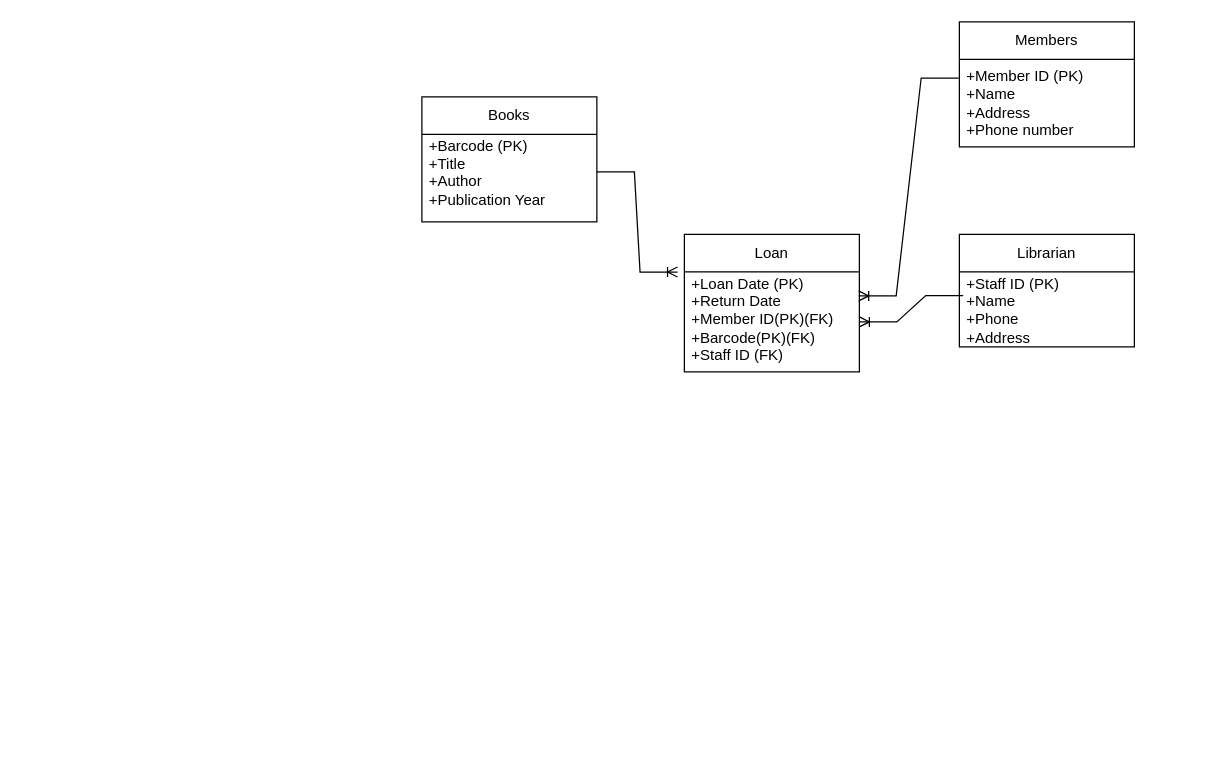
Earlier version of the draw.io diagram Library.drawio (Colorata-07/at1). Source tidied: cells renumbered, new cells numbered last; positions are measured from the earlier drawing's top-left corner, leaving out a move shared by most shapes. Both pictures are drawn from the tidied source at 125%, with x=0, y=0 at pixel (421, 21).
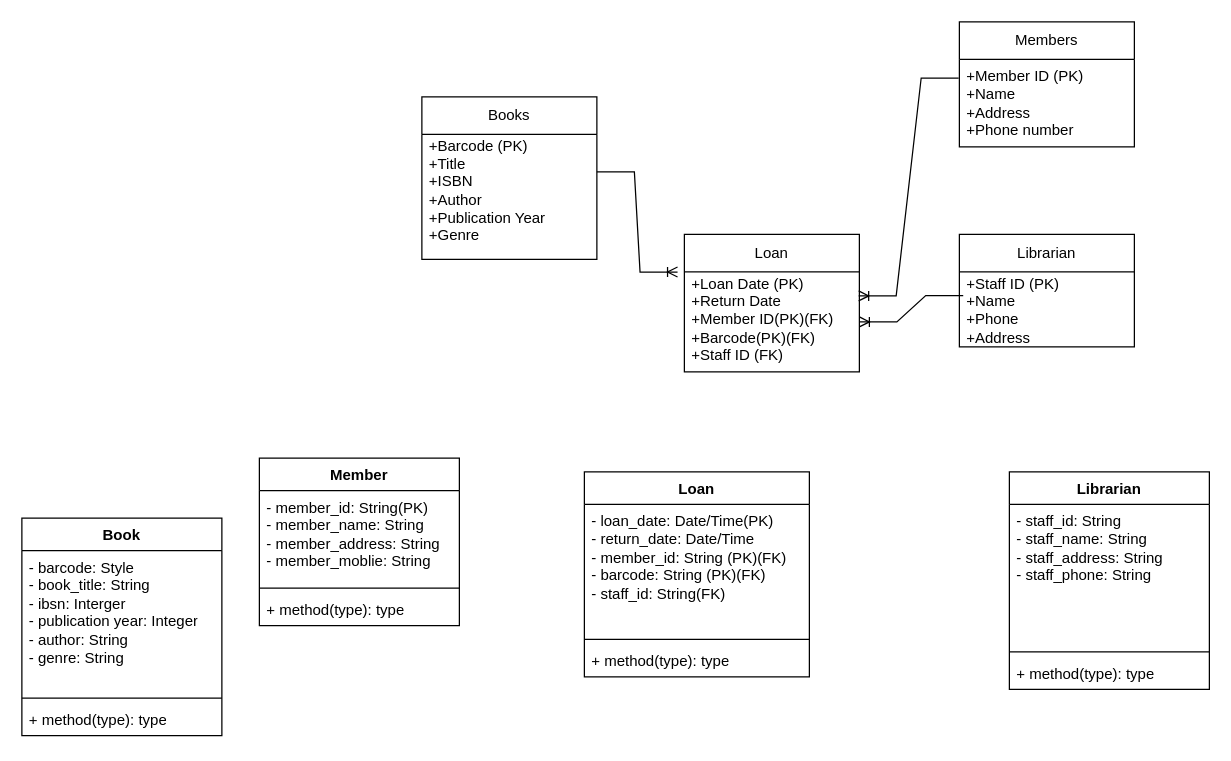
After the change.

The edit, as a diff of the source:
```diff
@@
     <mxCell id="6" value="Books" style="swimlane;fontStyle=0;horizontal=1;startSize=30;whiteSpace=wrap;html=1;" parent="1" vertex="1">
-      <mxGeometry y="60" width="140" height="100" as="geometry" />
+      <mxGeometry y="60" width="140" height="130" as="geometry" />
     </mxCell>
-    <mxCell id="7" value="&lt;span style=&quot;background-color: initial;&quot;&gt;+Barcode (PK)&lt;/span&gt;&lt;div&gt;&lt;div&gt;+Title&lt;/div&gt;&lt;div&gt;+Author&lt;/div&gt;&lt;div&gt;+Publication Year&lt;br&gt;&lt;div&gt;&lt;span style=&quot;background-color: initial;&quot;&gt;&lt;br&gt;&lt;/span&gt;&lt;/div&gt;&lt;/div&gt;&lt;/div&gt;" style="text;strokeColor=none;fillColor=none;align=left;verticalAlign=middle;spacingLeft=4;spacingRight=4;overflow=hidden;whiteSpace=wrap;html=1;" parent="6" vertex="1">
-      <mxGeometry y="30" width="140" height="70" as="geometry" />
+    <mxCell id="7" value="&lt;span style=&quot;background-color: initial;&quot;&gt;+Barcode (PK)&lt;/span&gt;&lt;div&gt;&lt;div&gt;+Title&lt;/div&gt;&lt;div&gt;+ISBN&lt;/div&gt;&lt;div&gt;+Author&lt;/div&gt;&lt;div&gt;+Publication Year&lt;/div&gt;&lt;div&gt;+Genre&lt;br&gt;&lt;div&gt;&lt;span style=&quot;background-color: initial;&quot;&gt;&lt;br&gt;&lt;/span&gt;&lt;/div&gt;&lt;/div&gt;&lt;/div&gt;" style="text;strokeColor=none;fillColor=none;align=left;verticalAlign=middle;spacingLeft=4;spacingRight=4;overflow=hidden;whiteSpace=wrap;html=1;" parent="6" vertex="1">
+      <mxGeometry y="30" width="140" height="100" as="geometry" />
     </mxCell>
@@
+    <mxCell id="13" value="Loan" style="swimlane;fontStyle=1;align=center;verticalAlign=top;horizontal=1;startSize=26;whiteSpace=wrap;html=1;" parent="1" vertex="1">
+      <mxGeometry x="130" y="360" width="180" height="164" as="geometry" />
+    </mxCell>
+    <mxCell id="14" value="- loan_date: Date/Time(PK)&lt;div&gt;- return_date: Date/Time&lt;/div&gt;&lt;div&gt;- member_id: String (PK)(FK)&lt;/div&gt;&lt;div&gt;- barcode: String (PK)(FK)&lt;/div&gt;&lt;div&gt;- staff_id: String(FK)&lt;/div&gt;&lt;div&gt;&lt;br&gt;&lt;/div&gt;" style="text;strokeColor=none;fillColor=none;align=left;verticalAlign=top;spacingLeft=4;spacingRight=4;overflow=hidden;whiteSpace=wrap;html=1;" parent="13" vertex="1">
+      <mxGeometry y="26" width="180" height="104" as="geometry" />
+    </mxCell>
+    <mxCell id="15" style="line;strokeWidth=1;fillColor=none;align=left;verticalAlign=middle;spacingTop=-1;spacingLeft=3;spacingRight=3;labelPosition=right;strokeColor=inherit;" parent="13" vertex="1">
+      <mxGeometry y="130" width="180" height="8" as="geometry" />
+    </mxCell>
+    <mxCell id="16" value="+ method(type): type" style="text;strokeColor=none;fillColor=none;align=left;verticalAlign=top;spacingLeft=4;spacingRight=4;overflow=hidden;whiteSpace=wrap;html=1;" parent="13" vertex="1">
+      <mxGeometry y="138" width="180" height="26" as="geometry" />
+    </mxCell>
+    <mxCell id="17" value="Member" style="swimlane;fontStyle=1;align=center;verticalAlign=top;horizontal=1;startSize=26;whiteSpace=wrap;html=1;" parent="1" vertex="1">
+      <mxGeometry x="-130" y="349" width="160" height="134" as="geometry" />
+    </mxCell>
+    <mxCell id="18" value="- member_id: String(PK)&lt;div&gt;- member_name: String&lt;/div&gt;&lt;div&gt;- member_address: String&lt;/div&gt;&lt;div&gt;- member_moblie: String&lt;/div&gt;" style="text;strokeColor=none;fillColor=none;align=left;verticalAlign=top;spacingLeft=4;spacingRight=4;overflow=hidden;whiteSpace=wrap;html=1;" parent="17" vertex="1">
+      <mxGeometry y="26" width="160" height="74" as="geometry" />
+    </mxCell>
+    <mxCell id="19" style="line;strokeWidth=1;fillColor=none;align=left;verticalAlign=middle;spacingTop=-1;spacingLeft=3;spacingRight=3;labelPosition=right;strokeColor=inherit;" parent="17" vertex="1">
+      <mxGeometry y="100" width="160" height="8" as="geometry" />
+    </mxCell>
+    <mxCell id="20" value="+ method(type): type" style="text;strokeColor=none;fillColor=none;align=left;verticalAlign=top;spacingLeft=4;spacingRight=4;overflow=hidden;whiteSpace=wrap;html=1;" parent="17" vertex="1">
+      <mxGeometry y="108" width="160" height="26" as="geometry" />
+    </mxCell>
+    <mxCell id="21" value="Librarian" style="swimlane;fontStyle=1;align=center;verticalAlign=top;horizontal=1;startSize=26;whiteSpace=wrap;html=1;" parent="1" vertex="1">
+      <mxGeometry x="470" y="360" width="160" height="174" as="geometry" />
+    </mxCell>
+    <mxCell id="22" value="- staff_id: String&lt;div&gt;- staff_name: String&lt;/div&gt;&lt;div&gt;- staff_address: String&lt;/div&gt;&lt;div&gt;- staff_phone: String&lt;/div&gt;&lt;div&gt;&lt;br&gt;&lt;/div&gt;" style="text;strokeColor=none;fillColor=none;align=left;verticalAlign=top;spacingLeft=4;spacingRight=4;overflow=hidden;whiteSpace=wrap;html=1;" parent="21" vertex="1">
+      <mxGeometry y="26" width="160" height="114" as="geometry" />
+    </mxCell>
+    <mxCell id="23" style="line;strokeWidth=1;fillColor=none;align=left;verticalAlign=middle;spacingTop=-1;spacingLeft=3;spacingRight=3;labelPosition=right;strokeColor=inherit;" parent="21" vertex="1">
+      <mxGeometry y="140" width="160" height="8" as="geometry" />
+    </mxCell>
+    <mxCell id="24" value="+ method(type): type" style="text;strokeColor=none;fillColor=none;align=left;verticalAlign=top;spacingLeft=4;spacingRight=4;overflow=hidden;whiteSpace=wrap;html=1;" parent="21" vertex="1">
+      <mxGeometry y="148" width="160" height="26" as="geometry" />
+    </mxCell>
+    <mxCell id="25" value="Book" style="swimlane;fontStyle=1;align=center;verticalAlign=top;horizontal=1;startSize=26;whiteSpace=wrap;html=1;" parent="1" vertex="1">
+      <mxGeometry x="-320" y="397" width="160" height="174" as="geometry" />
+    </mxCell>
+    <mxCell id="26" value="- barcode: Style&lt;div&gt;- book_title: String&lt;/div&gt;&lt;div&gt;- ibsn: Interger&lt;/div&gt;&lt;div&gt;- publication year: Integer&lt;/div&gt;&lt;div&gt;- author: String&lt;/div&gt;&lt;div&gt;- genre: String&lt;br&gt;&lt;div&gt;&lt;br&gt;&lt;/div&gt;&lt;/div&gt;" style="text;strokeColor=none;fillColor=none;align=left;verticalAlign=top;spacingLeft=4;spacingRight=4;overflow=hidden;whiteSpace=wrap;html=1;" parent="25" vertex="1">
+      <mxGeometry y="26" width="160" height="114" as="geometry" />
+    </mxCell>
+    <mxCell id="27" style="line;strokeWidth=1;fillColor=none;align=left;verticalAlign=middle;spacingTop=-1;spacingLeft=3;spacingRight=3;labelPosition=right;strokeColor=inherit;" parent="25" vertex="1">
+      <mxGeometry y="140" width="160" height="8" as="geometry" />
+    </mxCell>
+    <mxCell id="28" value="+ method(type): type" style="text;strokeColor=none;fillColor=none;align=left;verticalAlign=top;spacingLeft=4;spacingRight=4;overflow=hidden;whiteSpace=wrap;html=1;" parent="25" vertex="1">
+      <mxGeometry y="148" width="160" height="26" as="geometry" />
+    </mxCell>
```
